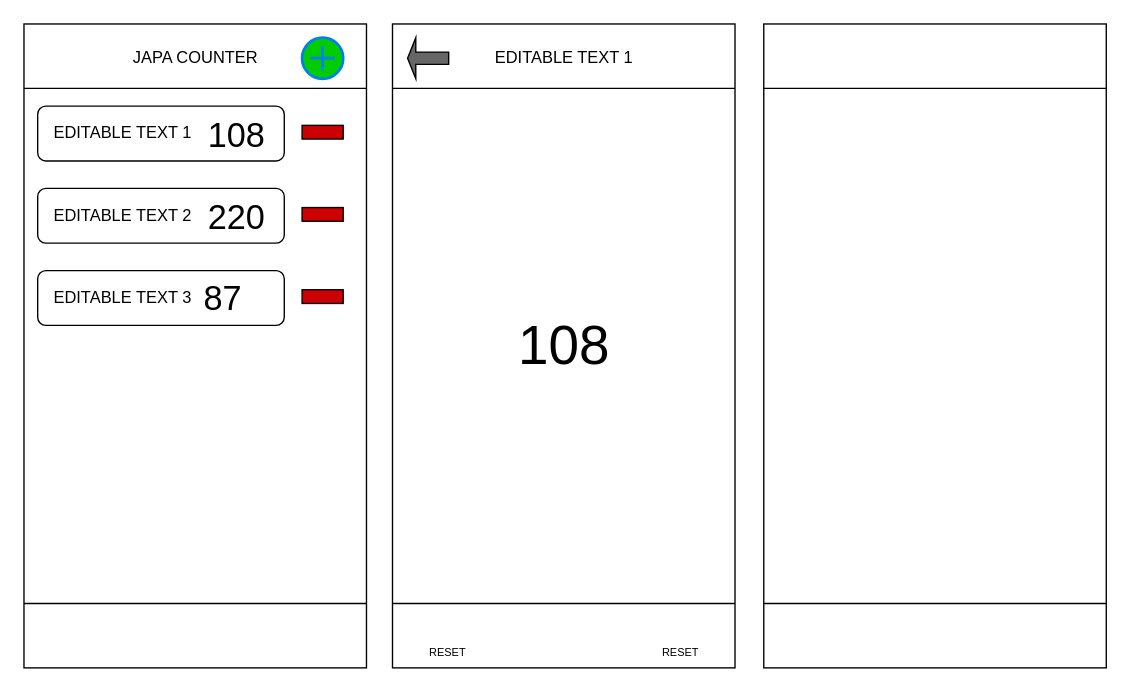
Above: JapaCounterUI.drawio in ppdsocio/SystemDesign (draw.io), before the change. Source tidied: cells renumbered, new cells numbered last; positions are measured from the earlier drawing's top-left corner, leaving out a move shared by most shapes. Both pictures are drawn from the tidied source at 137%, with x=0, y=0 at pixel (-127, 37). Pictures stored in the file or linked from it are replaced by grey dashed boxes.
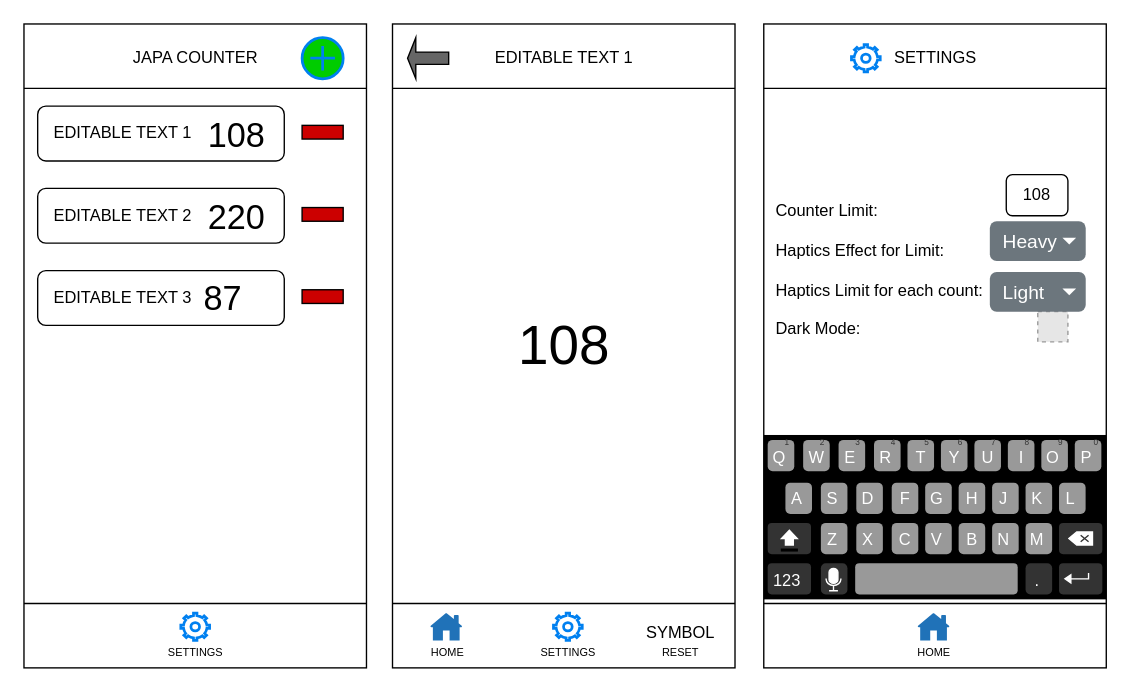
After the change.

Change to the diagram source:
```diff
@@
-    <mxCell id="20" value="&lt;font style=&quot;font-size: 8px;&quot;&gt;RESET&lt;/font&gt;" style="text;html=1;align=center;verticalAlign=middle;strokeColor=none;fillColor=none;" parent="1" vertex="1">
+    <mxCell id="20" value="&lt;font style=&quot;font-size: 8px;&quot;&gt;HOME&lt;/font&gt;" style="text;html=1;align=center;verticalAlign=middle;strokeColor=none;fillColor=none;" parent="1" vertex="1">
       <mxGeometry x="394" y="433" width="50" height="30" as="geometry" />
     </mxCell>
+    <mxCell id="21" value="SYMBOL" style="text;html=1;align=center;verticalAlign=middle;strokeColor=none;fillColor=none;" parent="1" vertex="1">
+      <mxGeometry x="554" y="420" width="70" height="30" as="geometry" />
+    </mxCell>
+    <mxCell id="22" value="&lt;font style=&quot;font-size: 8px;&quot;&gt;SETTINGS&lt;/font&gt;" style="text;html=1;align=center;verticalAlign=middle;strokeColor=none;fillColor=none;" parent="1" vertex="1">
+      <mxGeometry x="477" y="433" width="60" height="30" as="geometry" />
+    </mxCell>
+    <mxCell id="23" value="&lt;font style=&quot;font-size: 8px;&quot;&gt;SETTINGS&lt;/font&gt;" style="text;html=1;align=center;verticalAlign=middle;strokeColor=none;fillColor=none;" parent="1" vertex="1">
+      <mxGeometry x="205" y="433" width="60" height="30" as="geometry" />
+    </mxCell>
+    <mxCell id="24" value="&lt;font style=&quot;font-size: 8px;&quot;&gt;HOME&lt;/font&gt;" style="text;html=1;align=center;verticalAlign=middle;strokeColor=none;fillColor=none;" parent="1" vertex="1">
+      <mxGeometry x="749" y="433" width="50" height="30" as="geometry" />
+    </mxCell>
+    <mxCell id="25" value="SETTINGS" style="text;html=1;align=center;verticalAlign=middle;strokeColor=none;fillColor=none;" parent="1" vertex="1">
+      <mxGeometry x="735" width="80" height="30" as="geometry" />
+    </mxCell>
+    <mxCell id="26" style="html=1;verticalLabelPosition=bottom;align=center;labelBackgroundColor=#ffffff;verticalAlign=top;strokeWidth=2;strokeColor=#0080F0;shadow=0;dashed=0;shape=mxgraph.ios7.icons.settings;" parent="1" vertex="1">
+      <mxGeometry x="496.5" y="420" width="21" height="20" as="geometry" />
+    </mxCell>
+    <mxCell id="27" style="html=1;verticalLabelPosition=bottom;align=center;labelBackgroundColor=#ffffff;verticalAlign=top;strokeWidth=2;strokeColor=#0080F0;shadow=0;dashed=0;shape=mxgraph.ios7.icons.settings;" parent="1" vertex="1">
+      <mxGeometry x="714" y="5" width="21" height="20" as="geometry" />
+    </mxCell>
+    <mxCell id="28" style="sketch=0;shadow=0;dashed=0;html=1;strokeColor=none;labelPosition=center;verticalLabelPosition=bottom;verticalAlign=top;align=center;shape=mxgraph.office.concepts.home;fillColor=#2072B8;" parent="1" vertex="1">
+      <mxGeometry x="406.5" y="420" width="23.5" height="20" as="geometry" />
+    </mxCell>
+    <mxCell id="29" style="sketch=0;shadow=0;dashed=0;html=1;strokeColor=none;labelPosition=center;verticalLabelPosition=bottom;verticalAlign=top;align=center;shape=mxgraph.office.concepts.home;fillColor=#2072B8;" parent="1" vertex="1">
+      <mxGeometry x="762.2" y="420" width="23.5" height="20" as="geometry" />
+    </mxCell>
+    <mxCell id="30" style="html=1;verticalLabelPosition=bottom;align=center;labelBackgroundColor=#ffffff;verticalAlign=top;strokeWidth=2;strokeColor=#0080F0;shadow=0;dashed=0;shape=mxgraph.ios7.icons.settings;" parent="1" vertex="1">
+      <mxGeometry x="224.5" y="420" width="21" height="20" as="geometry" />
+    </mxCell>
+    <mxCell id="31" value="Counter Limit:&lt;div&gt;&lt;br&gt;&lt;div&gt;Haptics Effect for Limit:&amp;nbsp;&lt;/div&gt;&lt;div&gt;&lt;br&gt;&lt;/div&gt;&lt;div&gt;Haptics Limit for each count:&amp;nbsp;&lt;/div&gt;&lt;div&gt;&lt;br&gt;&lt;/div&gt;&lt;div&gt;Dark Mode:&amp;nbsp;&lt;/div&gt;&lt;/div&gt;" style="text;html=1;align=left;verticalAlign=middle;whiteSpace=wrap;rounded=0;" parent="1" vertex="1">
+      <mxGeometry x="657" y="60" width="215" height="220" as="geometry" />
+    </mxCell>
+    <mxCell id="32" style="fillColor=#E6E6E6;strokeColor=#999999;dashed=1;html=1;verticalAlign=top;verticalLabelPosition=bottom;labelBackgroundColor=#ffffff;" parent="1" vertex="1">
+      <mxGeometry x="850" y="200" width="22" height="22" as="geometry" />
+    </mxCell>
+    <mxCell id="33" value="&amp;nbsp; Light" style="html=1;shadow=0;dashed=0;shape=mxgraph.bootstrap.rrect;rSize=5;strokeColor=none;strokeWidth=1;fillColor=#6C767D;fontColor=#ffffff;whiteSpace=wrap;align=left;verticalAlign=middle;fontStyle=0;fontSize=14;spacingRight=20;" parent="1" vertex="1">
+      <mxGeometry x="815" y="171" width="70" height="29" as="geometry" />
+    </mxCell>
+    <mxCell id="34" style="shape=triangle;direction=south;fillColor=#ffffff;strokeColor=none;perimeter=none;" parent="33" vertex="1">
+      <mxGeometry x="1" y="0.5" width="10" height="5" relative="1" as="geometry">
+        <mxPoint x="-17" y="-2.5" as="offset" />
+      </mxGeometry>
+    </mxCell>
+    <mxCell id="35" value="&amp;nbsp; Heavy" style="html=1;shadow=0;dashed=0;shape=mxgraph.bootstrap.rrect;rSize=5;strokeColor=none;strokeWidth=1;fillColor=#6C767D;fontColor=#ffffff;whiteSpace=wrap;align=left;verticalAlign=middle;fontStyle=0;fontSize=14;spacingRight=20;" parent="1" vertex="1">
+      <mxGeometry x="815" y="134" width="70" height="29" as="geometry" />
+    </mxCell>
+    <mxCell id="36" style="shape=triangle;direction=south;fillColor=#ffffff;strokeColor=none;perimeter=none;" parent="35" vertex="1">
+      <mxGeometry x="1" y="0.5" width="10" height="5" relative="1" as="geometry">
+        <mxPoint x="-17" y="-2.5" as="offset" />
+      </mxGeometry>
+    </mxCell>
+    <mxCell id="37" value="108" style="rounded=1;whiteSpace=wrap;html=1;" parent="1" vertex="1">
+      <mxGeometry x="827" y="100" width="45" height="30" as="geometry" />
+    </mxCell>
+    <mxCell id="38" style="verticalLabelPosition=bottom;verticalAlign=top;html=1;shadow=0;dashed=0;strokeWidth=1;shape=mxgraph.android.keyboard;sketch=0;fillColorStyles=fillColor2,fillColor3,fillColor4,fillColor5;fillColor2=#000000;fillColor3=#333333;fillColor4=#ffffff;fillColor5=#999999;strokeColor=none;" parent="1" vertex="1">
+      <mxGeometry x="650" y="290" width="250" height="120" as="geometry" />
+    </mxCell>
```
